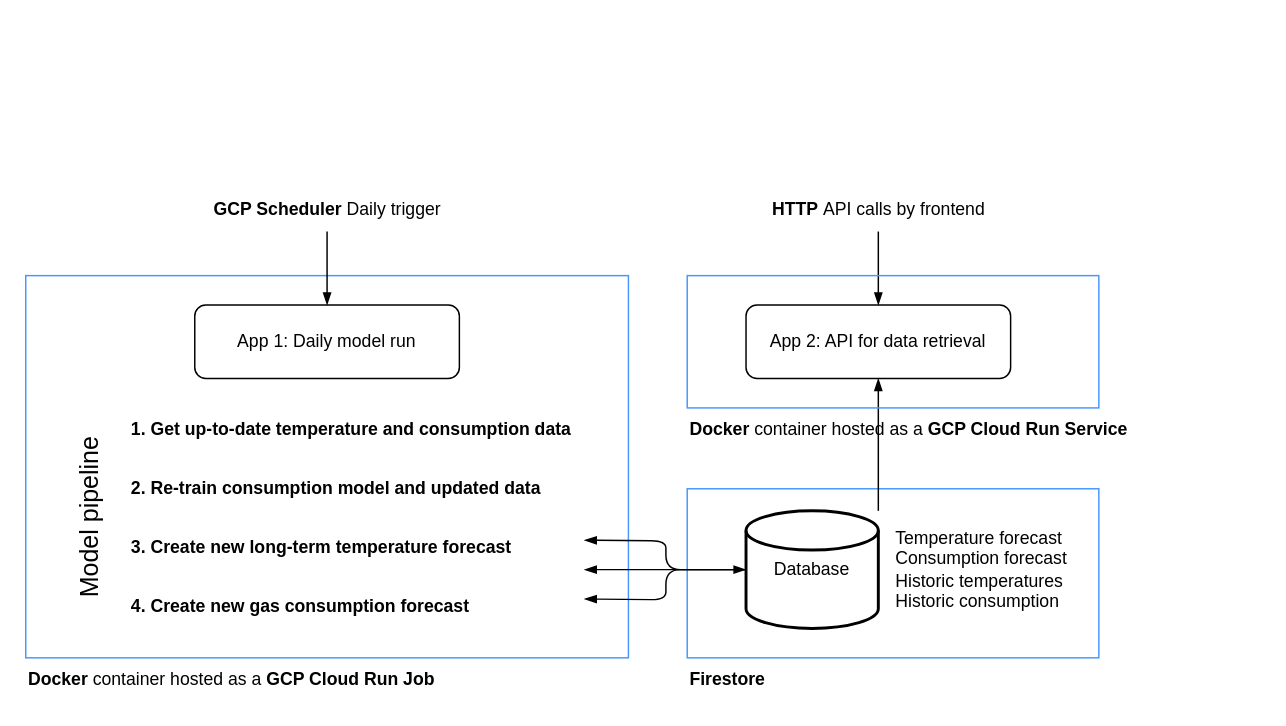
Earlier version of the draw.io diagram diagrams/backend_architecture.drawio (f-linus/natural_gas_consumption_modelling). Source tidied: cells renumbered, new cells numbered last; positions are measured from the earlier drawing's top-left corner, leaving out a move shared by most shapes. Both pictures are drawn from the tidied source at 147%, with x=0, y=0 at pixel (-4, 187).
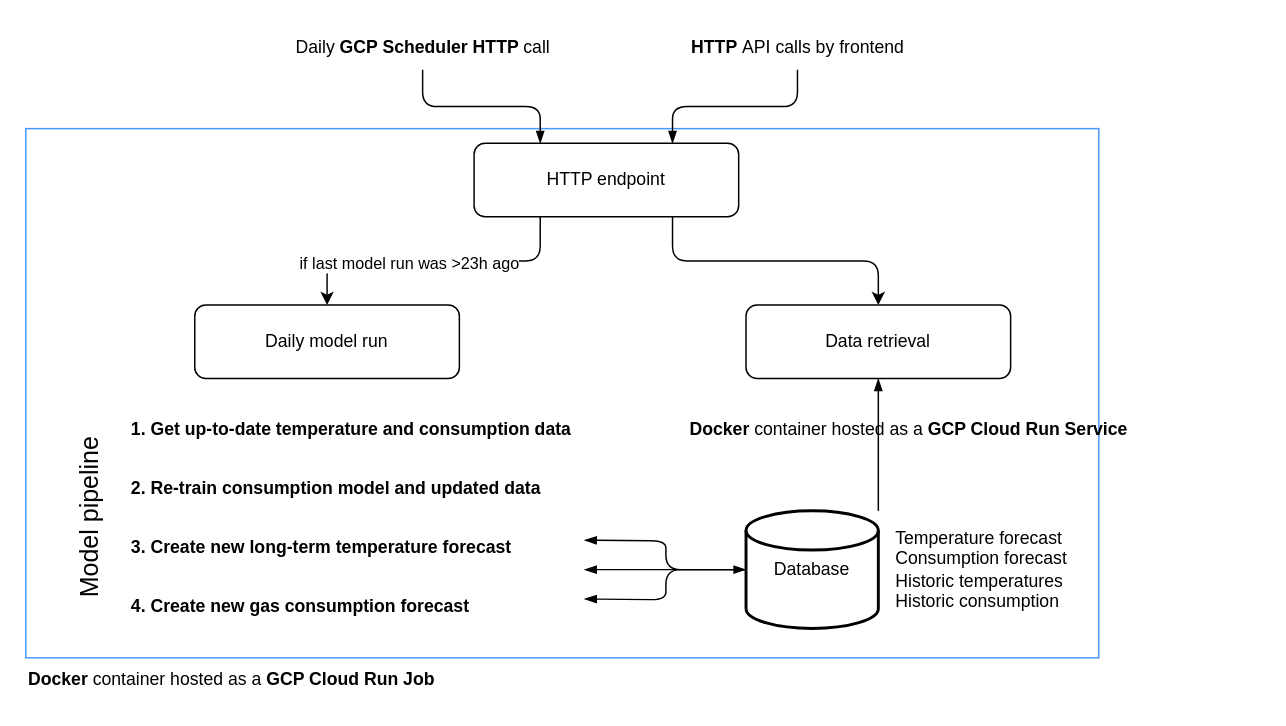
The same diagram, later.

Commit message:
Revised backend architecture

Unchanged cells that the change refers to:
```xml
<mxCell id="10" style="group;" parent="1" vertex="1">
  <mxGeometry x="510" y="220" width="350" height="100" as="geometry" />
</mxCell>
```

Diff of the diagram source:
```diff
@@
     <mxCell id="2" style="rounded=0;whiteSpace=wrap;html=1;strokeWidth=1;fontSize=12;strokeColor=#4797FF;fillColor=none;" parent="1" vertex="1">
-      <mxGeometry x="20" y="60" width="410" height="260" as="geometry" />
+      <mxGeometry x="20" y="-40" width="730" height="360" as="geometry" />
     </mxCell>
@@
-    <mxCell id="4" value="&lt;span style=&quot;font-size: 12px;&quot;&gt;App 1: Daily model run&lt;/span&gt;" style="whiteSpace=wrap;html=1;rounded=1;fontSize=11;" parent="1" vertex="1">
+    <mxCell id="4" value="&lt;span style=&quot;font-size: 12px;&quot;&gt;Daily model run&lt;/span&gt;" style="whiteSpace=wrap;html=1;rounded=1;fontSize=11;" parent="1" vertex="1">
       <mxGeometry x="135" y="80" width="180" height="50" as="geometry" />
     </mxCell>
@@
-    <mxCell id="9" value="&lt;span style=&quot;font-size: 12px;&quot;&gt;App 2: API for data retrieval&lt;/span&gt;" style="whiteSpace=wrap;html=1;rounded=1;fontSize=11;strokeWidth=1;" parent="1" vertex="1">
+    <mxCell id="9" value="&lt;span style=&quot;font-size: 12px;&quot;&gt;Data retrieval&lt;/span&gt;" style="whiteSpace=wrap;html=1;rounded=1;fontSize=11;strokeWidth=1;" parent="1" vertex="1">
       <mxGeometry x="510" y="80" width="180" height="50" as="geometry" />
     </mxCell>
@@
-    <mxCell id="13" style="rounded=0;whiteSpace=wrap;html=1;strokeWidth=1;fontSize=12;strokeColor=#4797FF;fillColor=none;" parent="10" vertex="1">
-      <mxGeometry x="-40" y="-15" width="280" height="115" as="geometry" />
-    </mxCell>
@@
-    <mxCell id="18" style="edgeStyle=none;html=1;endArrow=blockThin;endFill=1;" parent="1" edge="1" source="19">
-      <mxGeometry relative="1" as="geometry">
-        <mxPoint x="225" y="80" as="targetPoint" />
-      </mxGeometry>
+    <mxCell id="18" style="edgeStyle=orthogonalEdgeStyle;html=1;endArrow=blockThin;endFill=1;entryX=0.25;entryY=0;entryDx=0;entryDy=0;" parent="1" edge="1" source="19" target="29">
+      <mxGeometry relative="1" as="geometry" />
     </mxCell>
-    <mxCell id="19" value="&lt;b&gt;GCP Scheduler&amp;nbsp;&lt;/b&gt;Daily trigger" style="text;html=1;align=center;verticalAlign=middle;points=[];strokeColor=none;fillColor=none;" parent="1" vertex="1">
-      <mxGeometry x="135" width="180" height="30" as="geometry" />
+    <mxCell id="19" value="Daily&lt;b&gt; GCP Scheduler HTTP &lt;/b&gt;call" style="text;html=1;align=center;verticalAlign=middle;points=[];strokeColor=none;fillColor=none;" parent="1" vertex="1">
+      <mxGeometry x="190" y="-110" width="200" height="30" as="geometry" />
     </mxCell>
-    <mxCell id="20" style="edgeStyle=none;html=1;endArrow=blockThin;endFill=1;" parent="1" edge="1" source="21">
-      <mxGeometry relative="1" as="geometry">
-        <mxPoint x="600" y="80" as="targetPoint" />
-      </mxGeometry>
+    <mxCell id="20" style="edgeStyle=orthogonalEdgeStyle;html=1;endArrow=blockThin;endFill=1;entryX=0.75;entryY=0;entryDx=0;entryDy=0;" parent="1" edge="1" source="21" target="29">
+      <mxGeometry relative="1" as="geometry" />
     </mxCell>
     <mxCell id="21" value="&lt;b&gt;HTTP&amp;nbsp;&lt;/b&gt;API calls by frontend" style="text;html=1;align=center;verticalAlign=middle;points=[];strokeColor=none;fillColor=none;" parent="1" vertex="1">
-      <mxGeometry x="515" width="170" height="30" as="geometry" />
+      <mxGeometry x="460" y="-110" width="170" height="30" as="geometry" />
     </mxCell>
@@
-    <mxCell id="23" style="rounded=0;whiteSpace=wrap;html=1;strokeWidth=1;fontSize=12;strokeColor=#4797FF;fillColor=none;" parent="1" vertex="1">
-      <mxGeometry x="470" y="60" width="280" height="90" as="geometry" />
-    </mxCell>
@@
-    <mxCell id="25" value="&lt;b&gt;Firestore&lt;/b&gt;" style="text;html=1;strokeColor=none;fillColor=none;align=left;verticalAlign=middle;whiteSpace=wrap;rounded=0;strokeWidth=1;fontSize=12;" parent="1" vertex="1">
-      <mxGeometry x="470" y="320" width="300" height="30" as="geometry" />
-    </mxCell>
+    <mxCell id="26" style="edgeStyle=orthogonalEdgeStyle;html=1;exitX=0.25;exitY=1;exitDx=0;exitDy=0;entryX=0.5;entryY=0;entryDx=0;entryDy=0;" parent="1" edge="1" source="29" target="4">
+      <mxGeometry relative="1" as="geometry" />
+    </mxCell>
+    <mxCell id="27" value="if last model run was &amp;gt;23h ago" style="edgeLabel;html=1;align=center;verticalAlign=middle;" parent="26" vertex="1">
+      <mxGeometry x="0.17" y="1" relative="1" as="geometry" />
+    </mxCell>
+    <mxCell id="28" style="edgeStyle=orthogonalEdgeStyle;html=1;exitX=0.75;exitY=1;exitDx=0;exitDy=0;entryX=0.5;entryY=0;entryDx=0;entryDy=0;" parent="1" edge="1" source="29" target="9">
+      <mxGeometry relative="1" as="geometry" />
+    </mxCell>
+    <mxCell id="29" value="&lt;span style=&quot;font-size: 12px;&quot;&gt;HTTP endpoint&lt;/span&gt;" style="whiteSpace=wrap;html=1;rounded=1;fontSize=11;" parent="1" vertex="1">
+      <mxGeometry x="325" y="-30" width="180" height="50" as="geometry" />
+    </mxCell>
```
